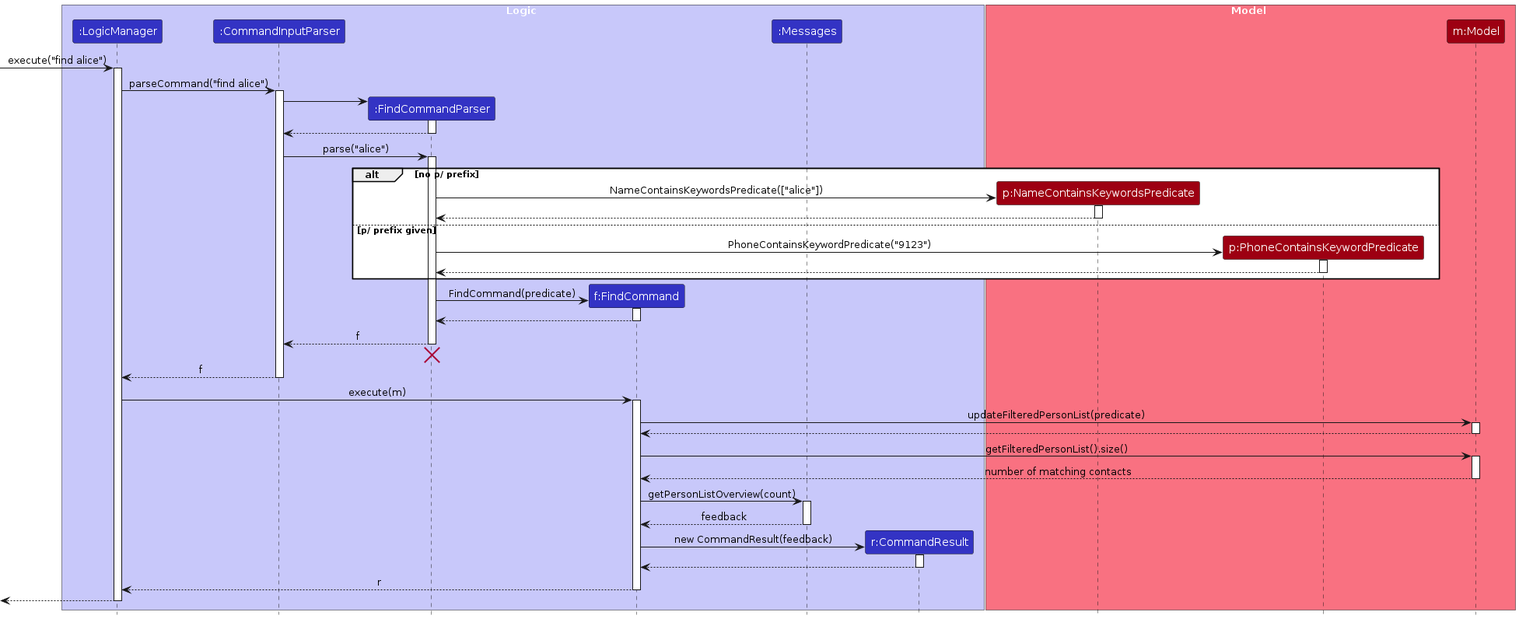
This is diagrams/FindSequenceDiagram.png from AY2627S1-CS2103T-T09-2/tp, a PlantUML export, as it was before one commit. Its source is kept beside it as diagrams/FindSequenceDiagram.puml.
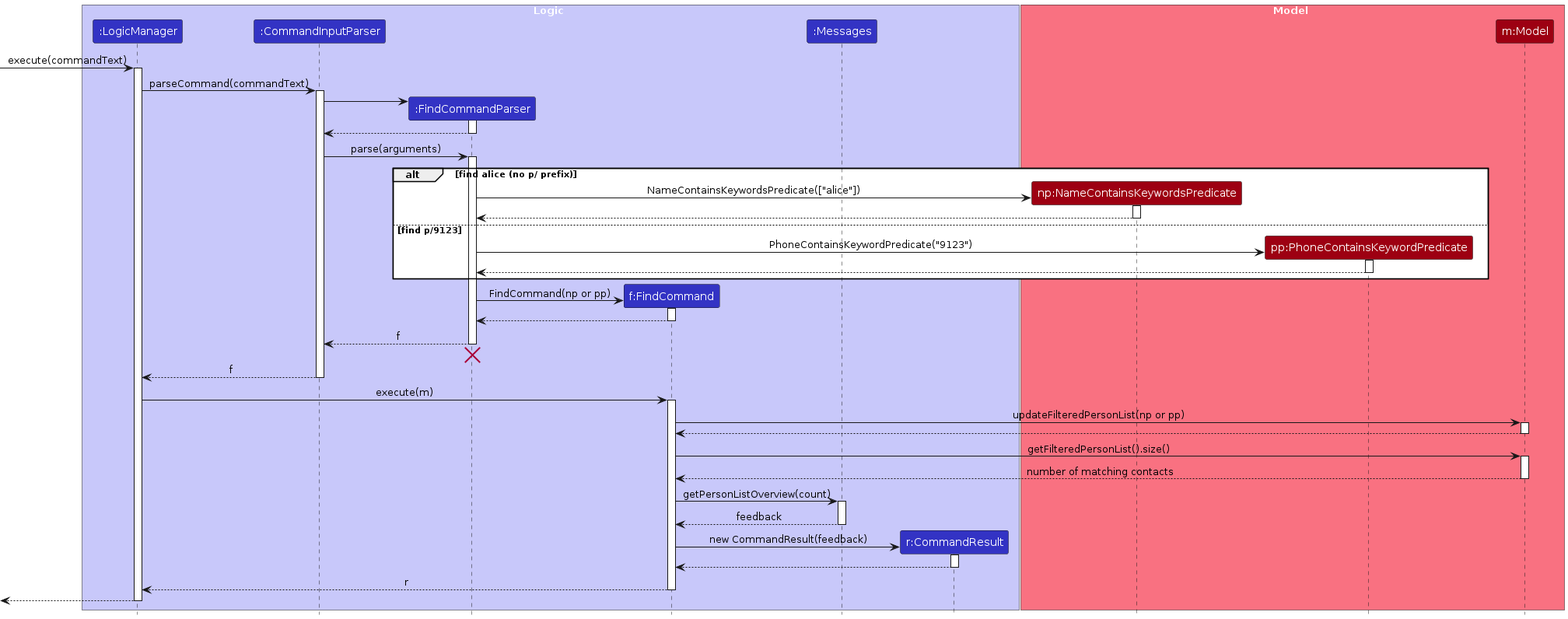
Above is the later version.

What changed in the source:
```diff
@@ -12,15 +12,15 @@
 end box
 
 box Model MODEL_COLOR_T1
-participant "p:NameContainsKeywordsPredicate" as NamePredicate MODEL_COLOR
-participant "p:PhoneContainsKeywordPredicate" as PhonePredicate MODEL_COLOR
+participant "np:NameContainsKeywordsPredicate" as NamePredicate MODEL_COLOR
+participant "pp:PhoneContainsKeywordPredicate" as PhonePredicate MODEL_COLOR
 participant "m:Model" as Model MODEL_COLOR
 end box
 
-[-> LogicManager : execute("find alice")
+[-> LogicManager : execute(commandText)
 activate LogicManager
 
-LogicManager -> CommandInputParser : parseCommand("find alice")
+LogicManager -> CommandInputParser : parseCommand(commandText)
 activate CommandInputParser
 
 create FindCommandParser
@@ -30,16 +30,16 @@
 FindCommandParser --> CommandInputParser
 deactivate FindCommandParser
 
-CommandInputParser -> FindCommandParser : parse("alice")
+CommandInputParser -> FindCommandParser : parse(arguments)
 activate FindCommandParser
 
-alt no p/ prefix
+alt find alice (no p/ prefix)
     create NamePredicate
     FindCommandParser -> NamePredicate : NameContainsKeywordsPredicate(["alice"])
     activate NamePredicate
     NamePredicate --> FindCommandParser
     deactivate NamePredicate
-else p/ prefix given
+else find p/9123
     create PhonePredicate
     FindCommandParser -> PhonePredicate : PhoneContainsKeywordPredicate("9123")
     activate PhonePredicate
@@ -48,7 +48,7 @@
 end
 
 create FindCommand
-FindCommandParser -> FindCommand : FindCommand(predicate)
+FindCommandParser -> FindCommand : FindCommand(np or pp)
 activate FindCommand
 FindCommand --> FindCommandParser
 deactivate FindCommand
@@ -64,7 +64,7 @@
 LogicManager -> FindCommand : execute(m)
 activate FindCommand
 
-FindCommand -> Model : updateFilteredPersonList(predicate)
+FindCommand -> Model : updateFilteredPersonList(np or pp)
 activate Model
 Model --> FindCommand
 deactivate Model
```
